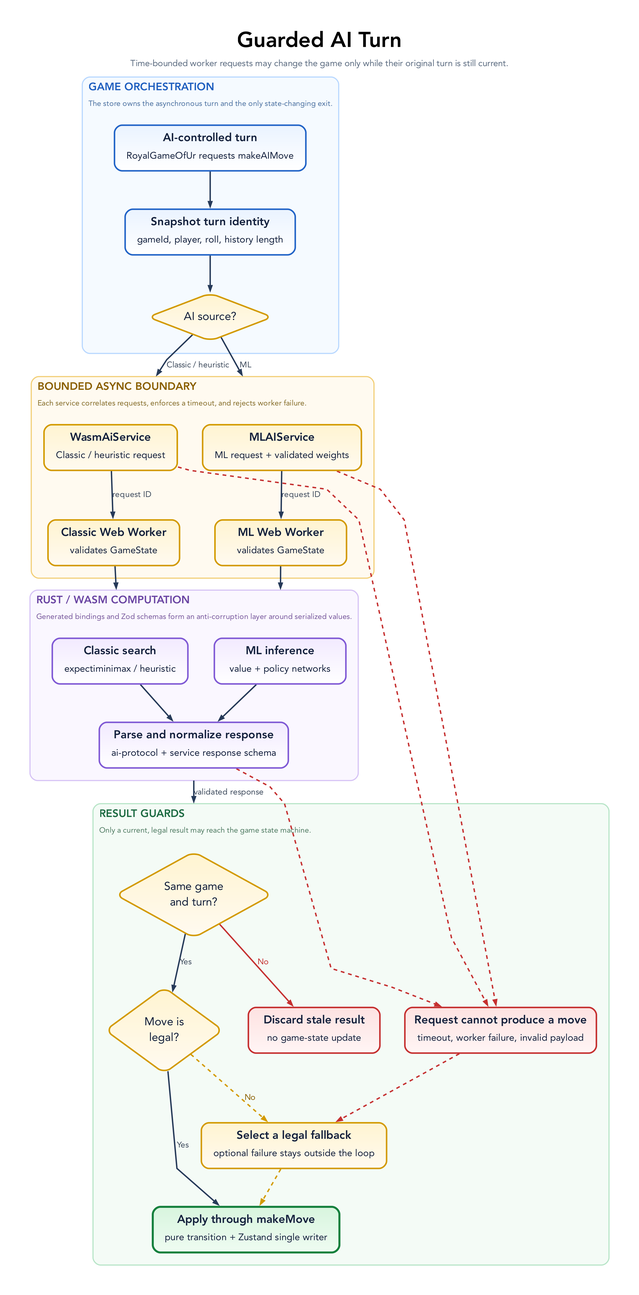
The Graphviz diagram docs/diagrams/ai-turn-flow.png in tre-systems/rgou-cloudflare, before a commit. Its source is kept beside it as docs/diagrams/ai-turn-flow.dot.
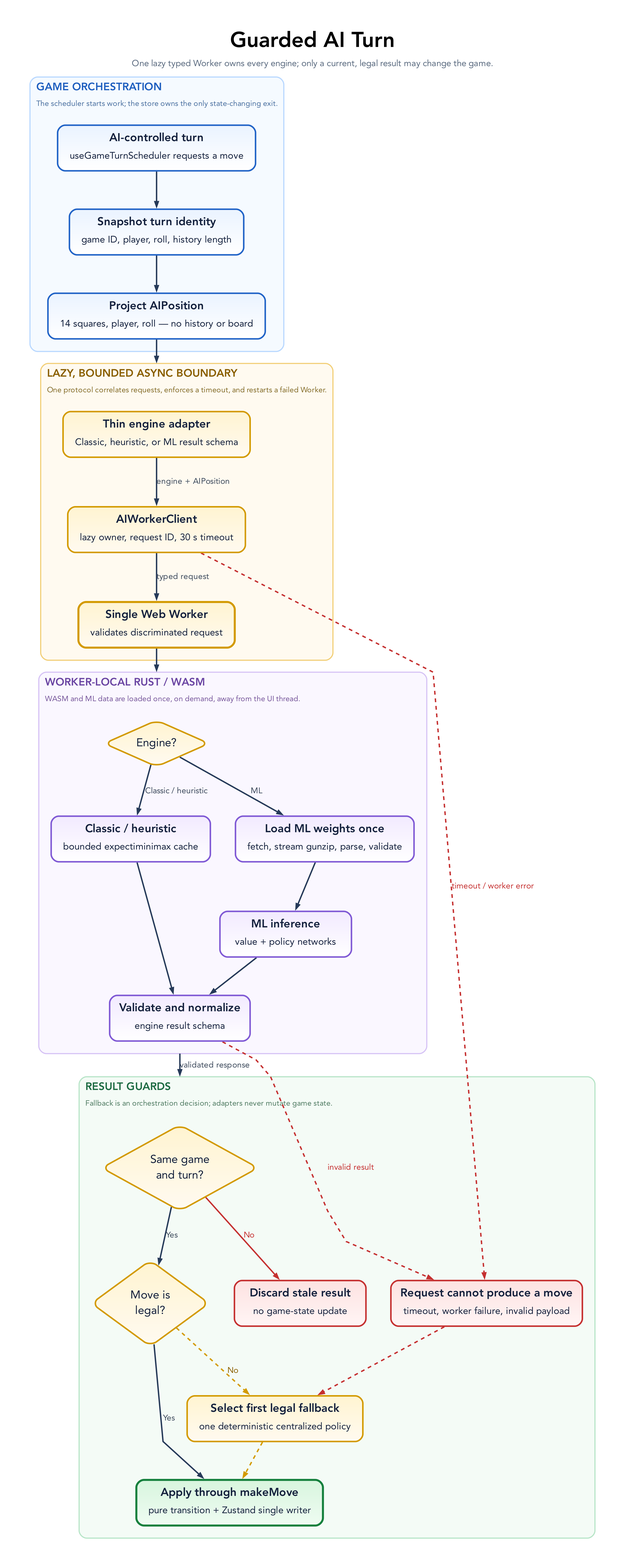
Above is the later version.

The edit, as a diff of the source:
```diff
@@ -11,7 +11,7 @@
     newrank=true,
     forcelabels=true,
     fontname="Avenir",
-    label=<<TABLE BORDER="0" CELLBORDER="0" CELLSPACING="0" CELLPADDING="0"><TR><TD><FONT POINT-SIZE="34"><B>Guarded AI Turn</B></FONT></TD></TR><TR><TD><FONT POINT-SIZE="14" COLOR="#5b6b80">Time-bounded worker requests may change the game only while their original turn is still current.</FONT></TD></TR></TABLE>>,
+    label=<<TABLE BORDER="0" CELLBORDER="0" CELLSPACING="0" CELLPADDING="0"><TR><TD><FONT POINT-SIZE="34"><B>Guarded AI Turn</B></FONT></TD></TR><TR><TD><FONT POINT-SIZE="14" COLOR="#5b6b80">One lazy typed Worker owns every engine; only a current, legal result may change the game.</FONT></TD></TR></TABLE>>,
     labelloc=t,
     labeljust=c
   ];
@@ -42,7 +42,7 @@
 
   subgraph cluster_orchestration {
     graph [
-      label=<<TABLE BORDER="0" CELLBORDER="0" CELLSPACING="0" CELLPADDING="2"><TR><TD ALIGN="LEFT"><FONT POINT-SIZE="17" COLOR="#1f5fbf"><B>GAME ORCHESTRATION</B></FONT></TD></TR><TR><TD ALIGN="LEFT"><FONT POINT-SIZE="12" COLOR="#496f9f">The store owns the asynchronous turn and the only state-changing exit.</FONT></TD></TR></TABLE>>,
+      label=<<TABLE BORDER="0" CELLBORDER="0" CELLSPACING="0" CELLPADDING="2"><TR><TD ALIGN="LEFT"><FONT POINT-SIZE="17" COLOR="#1f5fbf"><B>GAME ORCHESTRATION</B></FONT></TD></TR><TR><TD ALIGN="LEFT"><FONT POINT-SIZE="12" COLOR="#496f9f">The scheduler starts work; the store owns the only state-changing exit.</FONT></TD></TR></TABLE>>,
       labelloc=t,
       labeljust=l,
       color="#b9d8ff",
@@ -52,16 +52,16 @@
       margin=20
     ];
 
-    START [label=<<TABLE BORDER="0" CELLBORDER="0" CELLSPACING="0" CELLPADDING="0"><TR><TD><B>AI-controlled turn</B></TD></TR><TR><TD CELLPADDING="4"><FONT POINT-SIZE="15">RoyalGameOfUr requests makeAIMove</FONT></TD></TR></TABLE>>];
-    SNAPSHOT [label=<<TABLE BORDER="0" CELLBORDER="0" CELLSPACING="0" CELLPADDING="0"><TR><TD><B>Snapshot turn identity</B></TD></TR><TR><TD CELLPADDING="4"><FONT POINT-SIZE="15">gameId, player, roll, history length</FONT></TD></TR></TABLE>>];
-    SOURCE [shape=diamond, label="AI source?", width=2.2, height=1.05, fillcolor="#fff4d1:#fffaf0", color="#d39a00"];
+    START [label=<<TABLE BORDER="0" CELLBORDER="0" CELLSPACING="0" CELLPADDING="0"><TR><TD><B>AI-controlled turn</B></TD></TR><TR><TD CELLPADDING="4"><FONT POINT-SIZE="15">useGameTurnScheduler requests a move</FONT></TD></TR></TABLE>>];
+    SNAPSHOT [label=<<TABLE BORDER="0" CELLBORDER="0" CELLSPACING="0" CELLPADDING="0"><TR><TD><B>Snapshot turn identity</B></TD></TR><TR><TD CELLPADDING="4"><FONT POINT-SIZE="15">game ID, player, roll, history length</FONT></TD></TR></TABLE>>];
+    POSITION [label=<<TABLE BORDER="0" CELLBORDER="0" CELLSPACING="0" CELLPADDING="0"><TR><TD><B>Project AIPosition</B></TD></TR><TR><TD CELLPADDING="4"><FONT POINT-SIZE="15">14 squares, player, roll — no history or board</FONT></TD></TR></TABLE>>];
 
-    START -> SNAPSHOT -> SOURCE;
+    START -> SNAPSHOT -> POSITION;
   }
 
-  subgraph cluster_workers {
+  subgraph cluster_boundary {
     graph [
-      label=<<TABLE BORDER="0" CELLBORDER="0" CELLSPACING="0" CELLPADDING="2"><TR><TD ALIGN="LEFT"><FONT POINT-SIZE="17" COLOR="#8a5f00"><B>BOUNDED ASYNC BOUNDARY</B></FONT></TD></TR><TR><TD ALIGN="LEFT"><FONT POINT-SIZE="12" COLOR="#836b27">Each service correlates requests, enforces a timeout, and rejects worker failure.</FONT></TD></TR></TABLE>>,
+      label=<<TABLE BORDER="0" CELLBORDER="0" CELLSPACING="0" CELLPADDING="2"><TR><TD ALIGN="LEFT"><FONT POINT-SIZE="17" COLOR="#8a5f00"><B>LAZY, BOUNDED ASYNC BOUNDARY</B></FONT></TD></TR><TR><TD ALIGN="LEFT"><FONT POINT-SIZE="12" COLOR="#836b27">One protocol correlates requests, enforces a timeout, and restarts a failed Worker.</FONT></TD></TR></TABLE>>,
       labelloc=t,
       labeljust=l,
       color="#f2cf78",
@@ -71,20 +71,17 @@
       margin=20
     ];
 
-    CLASSIC [label=<<TABLE BORDER="0" CELLBORDER="0" CELLSPACING="0" CELLPADDING="0"><TR><TD><B>WasmAiService</B></TD></TR><TR><TD CELLPADDING="4"><FONT POINT-SIZE="15">Classic / heuristic request</FONT></TD></TR></TABLE>>, fillcolor="#fff4d1:#fffaf0", color="#d39a00"];
-    ML [label=<<TABLE BORDER="0" CELLBORDER="0" CELLSPACING="0" CELLPADDING="0"><TR><TD><B>MLAIService</B></TD></TR><TR><TD CELLPADDING="4"><FONT POINT-SIZE="15">ML request + validated weights</FONT></TD></TR></TABLE>>, fillcolor="#fff4d1:#fffaf0", color="#d39a00"];
-    CWORKER [label=<<TABLE BORDER="0" CELLBORDER="0" CELLSPACING="0" CELLPADDING="0"><TR><TD><B>Classic Web Worker</B></TD></TR><TR><TD CELLPADDING="4"><FONT POINT-SIZE="15">validates GameState</FONT></TD></TR></TABLE>>, fillcolor="#fff4d1:#fffaf0", color="#d39a00"];
-    MWORKER [label=<<TABLE BORDER="0" CELLBORDER="0" CELLSPACING="0" CELLPADDING="0"><TR><TD><B>ML Web Worker</B></TD></TR><TR><TD CELLPADDING="4"><FONT POINT-SIZE="15">validates GameState</FONT></TD></TR></TABLE>>, fillcolor="#fff4d1:#fffaf0", color="#d39a00"];
+    ADAPTER [label=<<TABLE BORDER="0" CELLBORDER="0" CELLSPACING="0" CELLPADDING="0"><TR><TD><B>Thin engine adapter</B></TD></TR><TR><TD CELLPADDING="4"><FONT POINT-SIZE="15">Classic, heuristic, or ML result schema</FONT></TD></TR></TABLE>>, fillcolor="#fff4d1:#fffaf0", color="#d39a00"];
+    CLIENT [label=<<TABLE BORDER="0" CELLBORDER="0" CELLSPACING="0" CELLPADDING="0"><TR><TD><B>AIWorkerClient</B></TD></TR><TR><TD CELLPADDING="4"><FONT POINT-SIZE="15">lazy owner, request ID, 30 s timeout</FONT></TD></TR></TABLE>>, fillcolor="#fff4d1:#fffaf0", color="#d39a00"];
+    WORKER [label=<<TABLE BORDER="0" CELLBORDER="0" CELLSPACING="0" CELLPADDING="0"><TR><TD><B>Single Web Worker</B></TD></TR><TR><TD CELLPADDING="4"><FONT POINT-SIZE="15">validates discriminated request</FONT></TD></TR></TABLE>>, fillcolor="#fff4d1:#fffaf0", color="#d39a00", penwidth=3.2];
 
-    CLASSIC -> CWORKER [label="request ID"];
-    ML -> MWORKER [label="request ID"];
-    { rank=same; CLASSIC; ML; }
-    { rank=same; CWORKER; MWORKER; }
+    ADAPTER -> CLIENT [label="engine + AIPosition"];
+    CLIENT -> WORKER [label="typed request"];
   }
 
   subgraph cluster_core {
     graph [
-      label=<<TABLE BORDER="0" CELLBORDER="0" CELLSPACING="0" CELLPADDING="2"><TR><TD ALIGN="LEFT"><FONT POINT-SIZE="17" COLOR="#6b46a3"><B>RUST / WASM COMPUTATION</B></FONT></TD></TR><TR><TD ALIGN="LEFT"><FONT POINT-SIZE="12" COLOR="#76569b">Generated bindings and Zod schemas form an anti-corruption layer around serialized values.</FONT></TD></TR></TABLE>>,
+      label=<<TABLE BORDER="0" CELLBORDER="0" CELLSPACING="0" CELLPADDING="2"><TR><TD ALIGN="LEFT"><FONT POINT-SIZE="17" COLOR="#6b46a3"><B>WORKER-LOCAL RUST / WASM</B></FONT></TD></TR><TR><TD ALIGN="LEFT"><FONT POINT-SIZE="12" COLOR="#76569b">WASM and ML data are loaded once, on demand, away from the UI thread.</FONT></TD></TR></TABLE>>,
       labelloc=t,
       labeljust=l,
       color="#d6c3f5",
@@ -94,18 +91,23 @@
       margin=20
     ];
 
-    SEARCH [label=<<TABLE BORDER="0" CELLBORDER="0" CELLSPACING="0" CELLPADDING="0"><TR><TD><B>Classic search</B></TD></TR><TR><TD CELLPADDING="4"><FONT POINT-SIZE="15">expectiminimax / heuristic</FONT></TD></TR></TABLE>>, fillcolor="#f2eaff:#ffffff", color="#805ad5"];
+    ENGINE [shape=diamond, label="Engine?", width=2.0, height=1.02, fillcolor="#fff4d1:#fffaf0", color="#d39a00"];
+    SEARCH [label=<<TABLE BORDER="0" CELLBORDER="0" CELLSPACING="0" CELLPADDING="0"><TR><TD><B>Classic / heuristic</B></TD></TR><TR><TD CELLPADDING="4"><FONT POINT-SIZE="15">bounded expectiminimax cache</FONT></TD></TR></TABLE>>, fillcolor="#f2eaff:#ffffff", color="#805ad5"];
+    MODEL [label=<<TABLE BORDER="0" CELLBORDER="0" CELLSPACING="0" CELLPADDING="0"><TR><TD><B>Load ML weights once</B></TD></TR><TR><TD CELLPADDING="4"><FONT POINT-SIZE="15">fetch, stream gunzip, parse, validate</FONT></TD></TR></TABLE>>, fillcolor="#f2eaff:#ffffff", color="#805ad5"];
     NETWORK [label=<<TABLE BORDER="0" CELLBORDER="0" CELLSPACING="0" CELLPADDING="0"><TR><TD><B>ML inference</B></TD></TR><TR><TD CELLPADDING="4"><FONT POINT-SIZE="15">value + policy networks</FONT></TD></TR></TABLE>>, fillcolor="#f2eaff:#ffffff", color="#805ad5"];
-    PARSE [label=<<TABLE BORDER="0" CELLBORDER="0" CELLSPACING="0" CELLPADDING="0"><TR><TD><B>Parse and normalize response</B></TD></TR><TR><TD CELLPADDING="4"><FONT POINT-SIZE="15">ai-protocol + service response schema</FONT></TD></TR></TABLE>>, fillcolor="#f2eaff:#ffffff", color="#805ad5"];
+    PARSE [label=<<TABLE BORDER="0" CELLBORDER="0" CELLSPACING="0" CELLPADDING="0"><TR><TD><B>Validate and normalize</B></TD></TR><TR><TD CELLPADDING="4"><FONT POINT-SIZE="15">engine result schema</FONT></TD></TR></TABLE>>, fillcolor="#f2eaff:#ffffff", color="#805ad5"];
 
+    ENGINE -> SEARCH [label="Classic / heuristic"];
+    ENGINE -> MODEL [label="ML"];
+    MODEL -> NETWORK;
     SEARCH -> PARSE;
     NETWORK -> PARSE;
-    { rank=same; SEARCH; NETWORK; }
+    { rank=same; SEARCH; MODEL; }
   }
 
   subgraph cluster_guards {
     graph [
-      label=<<TABLE BORDER="0" CELLBORDER="0" CELLSPACING="0" CELLPADDING="2"><TR><TD ALIGN="LEFT"><FONT POINT-SIZE="17" COLOR="#1e6b43"><B>RESULT GUARDS</B></FONT></TD></TR><TR><TD ALIGN="LEFT"><FONT POINT-SIZE="12" COLOR="#4e7a61">Only a current, legal result may reach the game state machine.</FONT></TD></TR></TABLE>>,
+      label=<<TABLE BORDER="0" CELLBORDER="0" CELLSPACING="0" CELLPADDING="2"><TR><TD ALIGN="LEFT"><FONT POINT-SIZE="17" COLOR="#1e6b43"><B>RESULT GUARDS</B></FONT></TD></TR><TR><TD ALIGN="LEFT"><FONT POINT-SIZE="12" COLOR="#4e7a61">Fallback is an orchestration decision; adapters never mutate game state.</FONT></TD></TR></TABLE>>,
       labelloc=t,
       labeljust=l,
       color="#b8e5c8",
@@ -119,7 +121,7 @@
     LEGAL [shape=diamond, label="Move is\nlegal?", width=2.05, height=1.05, fillcolor="#fff4d1:#fffaf0", color="#d39a00"];
     DISCARD [label=<<TABLE BORDER="0" CELLBORDER="0" CELLSPACING="0" CELLPADDING="0"><TR><TD><B>Discard stale result</B></TD></TR><TR><TD CELLPADDING="4"><FONT POINT-SIZE="15">no game-state update</FONT></TD></TR></TABLE>>, fillcolor="#fde2e1:#fff5f5", color="#c53030"];
     FAILURE [label=<<TABLE BORDER="0" CELLBORDER="0" CELLSPACING="0" CELLPADDING="0"><TR><TD><B>Request cannot produce a move</B></TD></TR><TR><TD CELLPADDING="4"><FONT POINT-SIZE="15">timeout, worker failure, invalid payload</FONT></TD></TR></TABLE>>, fillcolor="#fde2e1:#fff5f5", color="#c53030"];
-    FALLBACK [label=<<TABLE BORDER="0" CELLBORDER="0" CELLSPACING="0" CELLPADDING="0"><TR><TD><B>Select a legal fallback</B></TD></TR><TR><TD CELLPADDING="4"><FONT POINT-SIZE="15">optional failure stays outside the loop</FONT></TD></TR></TABLE>>, fillcolor="#fff4d1:#fffaf0", color="#d39a00"];
+    FALLBACK [label=<<TABLE BORDER="0" CELLBORDER="0" CELLSPACING="0" CELLPADDING="0"><TR><TD><B>Select first legal fallback</B></TD></TR><TR><TD CELLPADDING="4"><FONT POINT-SIZE="15">one deterministic centralized policy</FONT></TD></TR></TABLE>>, fillcolor="#fff4d1:#fffaf0", color="#d39a00"];
     APPLY [label=<<TABLE BORDER="0" CELLBORDER="0" CELLSPACING="0" CELLPADDING="0"><TR><TD><B>Apply through makeMove</B></TD></TR><TR><TD CELLPADDING="4"><FONT POINT-SIZE="15">pure transition + Zustand single writer</FONT></TD></TR></TABLE>>, fillcolor="#d8f5de:#effcf2", color="#15803d", penwidth=3.2];
 
     CURRENT -> DISCARD [label="No", color="#c53030", fontcolor="#c53030"];
@@ -130,12 +132,9 @@
     FALLBACK -> APPLY [style=dashed, color="#d39a00"];
   }
 
-  SOURCE -> CLASSIC [label="Classic / heuristic", lhead=cluster_workers];
-  SOURCE -> ML [label="ML", lhead=cluster_workers];
-  CWORKER -> SEARCH [lhead=cluster_core];
-  MWORKER -> NETWORK [lhead=cluster_core];
+  POSITION -> ADAPTER [lhead=cluster_boundary];
+  WORKER -> ENGINE [lhead=cluster_core];
   PARSE -> CURRENT [label="validated response", ltail=cluster_core, lhead=cluster_guards];
-  CLASSIC -> FAILURE [style=dashed, color="#c53030", constraint=false];
-  ML -> FAILURE [style=dashed, color="#c53030", constraint=false];
-  PARSE -> FAILURE [style=dashed, color="#c53030", constraint=false];
+  CLIENT -> FAILURE [label="timeout / worker error", style=dashed, color="#c53030", fontcolor="#c53030", constraint=false];
+  PARSE -> FAILURE [label="invalid result", style=dashed, color="#c53030", fontcolor="#c53030", constraint=false];
 }
```
